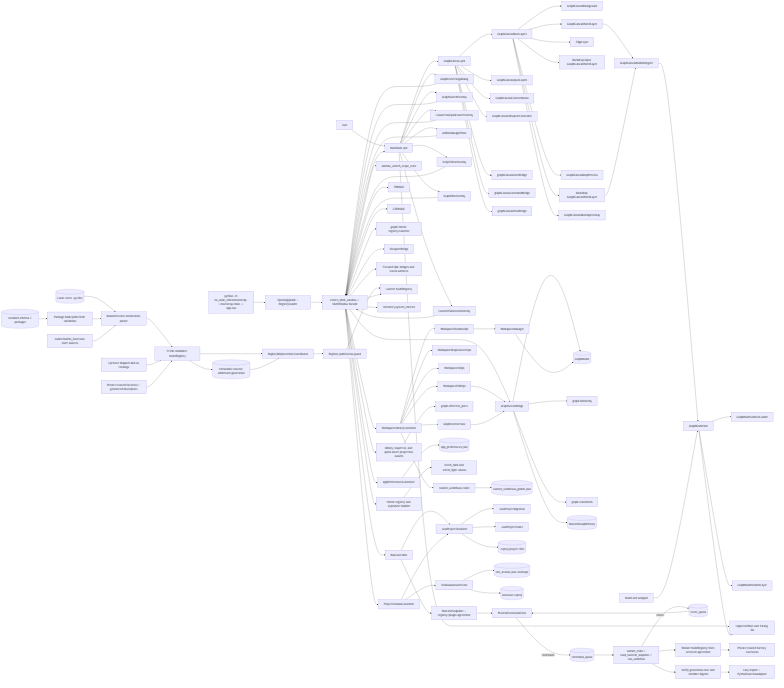
Before: docs/architecture_diagrams/component_map.png, a diagram exported from Mermaid (emreatay993/EA_Node). Its source is kept beside it as docs/architecture_diagrams/component_map.mmd.
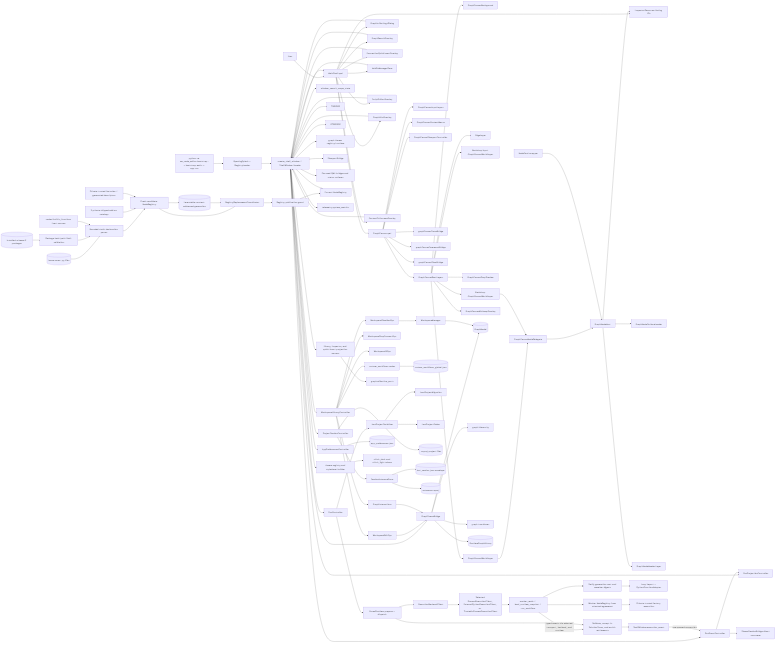
The same diagram one commit later.

Diff of the diagram source:
```diff
@@ -46,6 +46,8 @@
 
     SW --> APC[AppPreferencesController]
     SW --> RUN[RunController]
+    SW --> RPROJ[RunProjectionController]
+    SW --> REVENT[RunEventController]
     SW --> PSC[ProjectSessionController]
     SW --> WLC[WorkspaceLibraryController]
     SW --> SEARCH[window_search_scope_state]
@@ -106,12 +108,16 @@
     TRUSTED[Private trusted factories / generated descriptors] --> CAND
     SW --> REG
 
-    RUN --> AGREEMENT[RuntimeSnapshot + registry/plugin agreement]
-    AGREEMENT --> EXEC[ProcessExecutionClient]
-    EXEC -->|commands| CMDQ[(command_queue)]
-    CMDQ --> WORKER[worker_main / load_runtime_snapshot / run_workflow]
-    WORKER -->|events| EVTQ[(event_queue)]
-    EVTQ --> EXEC
+    RUN --> RUNTIME[CorexRuntime prepare + dispatch]
+    RUNTIME --> EXEC[ExecutionBackendClient]
+    EXEC --> TRANSPORT[Selected ProcessExecutionClient, ExternalPythonExecutionClient, or TrustedInProcessExecutionClient]
+    TRANSPORT --> WORKER[worker_main / load_runtime_snapshot / run_workflow]
+    WORKER -->|typed events via selected transport, backend, and runtime| ACCEPT
+    RUNTIME --> ACCEPT[Validate, accept in SolutionStore, and enrich settlements]
+    ACCEPT --> EXECSIGNAL[ShellWindow.execution_event]
+    EXECSIGNAL -->|one queued connection| REVENT
+    REVENT --> RPROJ
+    REVENT --> VIEWERCONSUMER[ViewerSessionBridge direct consumer]
     WORKER --> WREG[Worker NodeRegistry from attested agreement]
     WORKER --> VERIFY[Verify generation root and member digests]
     VERIFY --> FUNC[Lazy import + PythonFunctionAdapter]
```
